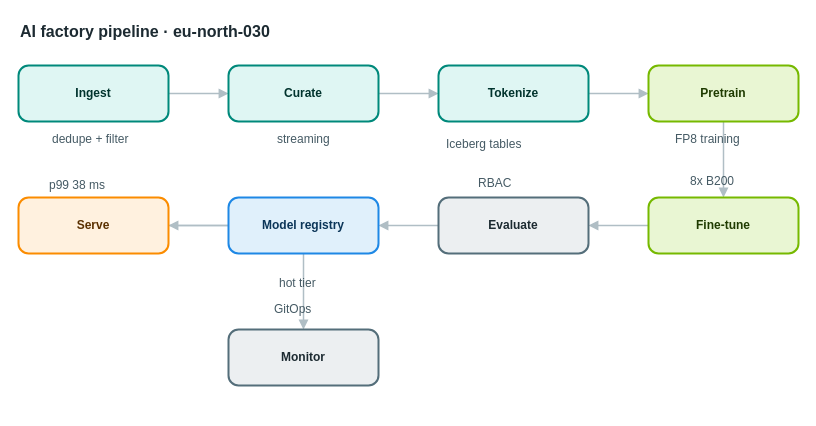
AryanG01/open-apprentice keeps this draw.io diagram as apps/web/public/samples/library/030-ai-factory-pipeline.drawio. Above is the earlier version. Source tidied: cells renumbered, new cells numbered last; positions are measured from the earlier drawing's top-left corner, leaving out a move shared by most shapes. Both pictures are drawn from the tidied source at 100%, with x=0, y=0 at pixel (18, 17).
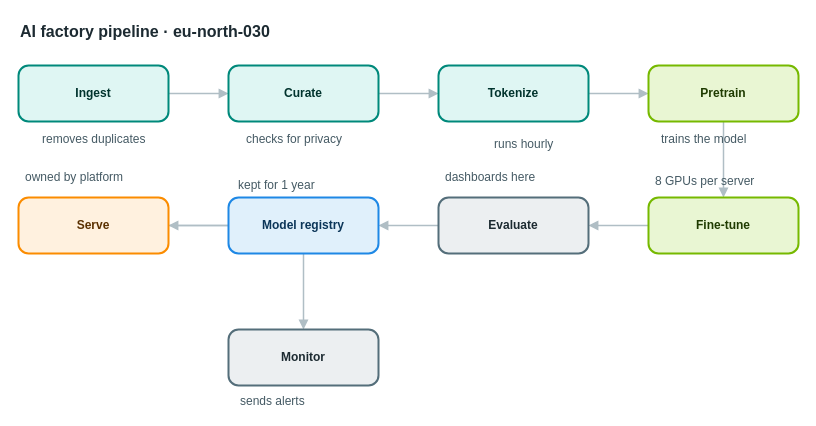
The same diagram, later.

Diff of the diagram source:
```diff
@@
-    <mxCell id="20" value="dedupe + filter" style="text;html=1;align=left;verticalAlign=top;whiteSpace=nowrap;spacing=0;spacingTop=0;strokeColor=none;fillColor=none;fontSize=12;fontColor=#455a64;" parent="1" vertex="1">
-      <mxGeometry x="34" y="110" width="117" height="20" as="geometry" />
+    <mxCell id="20" value="removes duplicates" style="text;html=1;align=left;verticalAlign=top;whiteSpace=nowrap;spacing=0;spacingTop=0;strokeColor=none;fillColor=none;fontSize=12;fontColor=#455a64;" parent="1" vertex="1">
+      <mxGeometry x="24" y="110" width="138" height="20" as="geometry" />
     </mxCell>
-    <mxCell id="21" value="streaming" style="text;html=1;align=left;verticalAlign=top;whiteSpace=nowrap;spacing=0;spacingTop=0;strokeColor=none;fillColor=none;fontSize=12;fontColor=#455a64;" parent="1" vertex="1">
-      <mxGeometry x="259" y="110" width="75" height="20" as="geometry" />
+    <mxCell id="21" value="checks for privacy" style="text;html=1;align=left;verticalAlign=top;whiteSpace=nowrap;spacing=0;spacingTop=0;strokeColor=none;fillColor=none;fontSize=12;fontColor=#455a64;" parent="1" vertex="1">
+      <mxGeometry x="228" y="110" width="138" height="20" as="geometry" />
     </mxCell>
-    <mxCell id="22" value="Iceberg tables" style="text;html=1;align=left;verticalAlign=top;whiteSpace=nowrap;spacing=0;spacingTop=0;strokeColor=none;fillColor=none;fontSize=12;fontColor=#455a64;" parent="1" vertex="1">
-      <mxGeometry x="428" y="115" width="110" height="20" as="geometry" />
+    <mxCell id="22" value="runs hourly" style="text;html=1;align=left;verticalAlign=top;whiteSpace=nowrap;spacing=0;spacingTop=0;strokeColor=none;fillColor=none;fontSize=12;fontColor=#455a64;" parent="1" vertex="1">
+      <mxGeometry x="476" y="115" width="89" height="20" as="geometry" />
     </mxCell>
-    <mxCell id="23" value="FP8 training" style="text;html=1;align=left;verticalAlign=top;whiteSpace=nowrap;spacing=0;spacingTop=0;strokeColor=none;fillColor=none;fontSize=12;fontColor=#455a64;" parent="1" vertex="1">
-      <mxGeometry x="657" y="110" width="96" height="20" as="geometry" />
+    <mxCell id="23" value="trains the model" style="text;html=1;align=left;verticalAlign=top;whiteSpace=nowrap;spacing=0;spacingTop=0;strokeColor=none;fillColor=none;fontSize=12;fontColor=#455a64;" parent="1" vertex="1">
+      <mxGeometry x="643" y="110" width="124" height="20" as="geometry" />
     </mxCell>
-    <mxCell id="24" value="8x B200" style="text;html=1;align=left;verticalAlign=top;whiteSpace=nowrap;spacing=0;spacingTop=0;strokeColor=none;fillColor=none;fontSize=12;fontColor=#455a64;" parent="1" vertex="1">
-      <mxGeometry x="672" y="152" width="61" height="20" as="geometry" />
+    <mxCell id="24" value="8 GPUs per server" style="text;html=1;align=left;verticalAlign=top;whiteSpace=nowrap;spacing=0;spacingTop=0;strokeColor=none;fillColor=none;fontSize=12;fontColor=#455a64;" parent="1" vertex="1">
+      <mxGeometry x="637" y="152" width="131" height="20" as="geometry" />
     </mxCell>
-    <mxCell id="25" value="RBAC" style="text;html=1;align=left;verticalAlign=top;whiteSpace=nowrap;spacing=0;spacingTop=0;strokeColor=none;fillColor=none;fontSize=12;fontColor=#455a64;" parent="1" vertex="1">
-      <mxGeometry x="460" y="154" width="40" height="20" as="geometry" />
+    <mxCell id="25" value="dashboards here" style="text;html=1;align=left;verticalAlign=top;whiteSpace=nowrap;spacing=0;spacingTop=0;strokeColor=none;fillColor=none;fontSize=12;fontColor=#455a64;" parent="1" vertex="1">
+      <mxGeometry x="427" y="148" width="117" height="20" as="geometry" />
     </mxCell>
-    <mxCell id="26" value="hot tier" style="text;html=1;align=left;verticalAlign=top;whiteSpace=nowrap;spacing=0;spacingTop=0;strokeColor=none;fillColor=none;fontSize=12;fontColor=#455a64;" parent="1" vertex="1">
-      <mxGeometry x="261" y="254" width="68" height="20" as="geometry" />
+    <mxCell id="26" value="kept for 1 year" style="text;html=1;align=left;verticalAlign=top;whiteSpace=nowrap;spacing=0;spacingTop=0;strokeColor=none;fillColor=none;fontSize=12;fontColor=#455a64;" parent="1" vertex="1">
+      <mxGeometry x="220" y="156" width="117" height="20" as="geometry" />
     </mxCell>
-    <mxCell id="27" value="p99 38 ms" style="text;html=1;align=left;verticalAlign=top;whiteSpace=nowrap;spacing=0;spacingTop=0;strokeColor=none;fillColor=none;fontSize=12;fontColor=#455a64;" parent="1" vertex="1">
-      <mxGeometry x="31" y="156" width="75" height="20" as="geometry" />
+    <mxCell id="27" value="owned by platform" style="text;html=1;align=left;verticalAlign=top;whiteSpace=nowrap;spacing=0;spacingTop=0;strokeColor=none;fillColor=none;fontSize=12;fontColor=#455a64;" parent="1" vertex="1">
+      <mxGeometry x="7" y="148" width="131" height="20" as="geometry" />
     </mxCell>
-    <mxCell id="28" value="GitOps" style="text;html=1;align=left;verticalAlign=top;whiteSpace=nowrap;spacing=0;spacingTop=0;strokeColor=none;fillColor=none;fontSize=12;fontColor=#455a64;" parent="1" vertex="1">
-      <mxGeometry x="256" y="280" width="54" height="20" as="geometry" />
+    <mxCell id="28" value="sends alerts" style="text;html=1;align=left;verticalAlign=top;whiteSpace=nowrap;spacing=0;spacingTop=0;strokeColor=none;fillColor=none;fontSize=12;fontColor=#455a64;" parent="1" vertex="1">
+      <mxGeometry x="222" y="372" width="96" height="20" as="geometry" />
     </mxCell>
```
